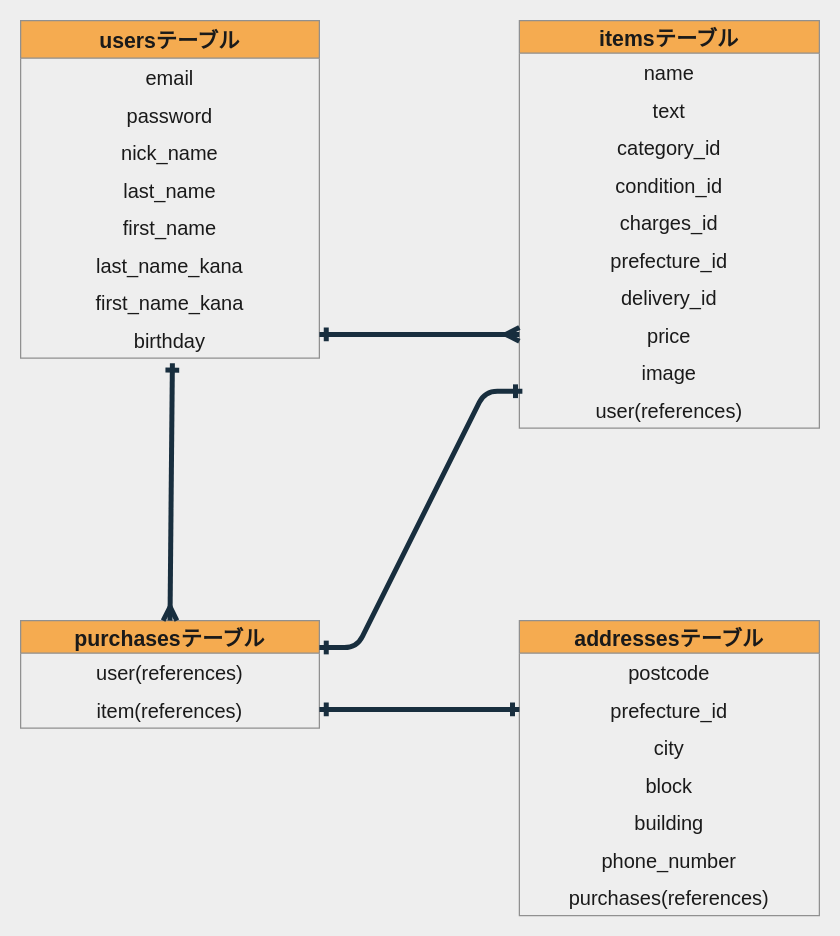
makurauo/furima-34831 keeps this draw.io diagram as furima.dio. Above is the earlier version. Source tidied: cells renumbered, new cells numbered last; positions are measured from the earlier drawing's top-left corner, leaving out a move shared by most shapes. Both pictures are drawn from the tidied source at 125%, with x=0, y=0 at pixel (20, 20).
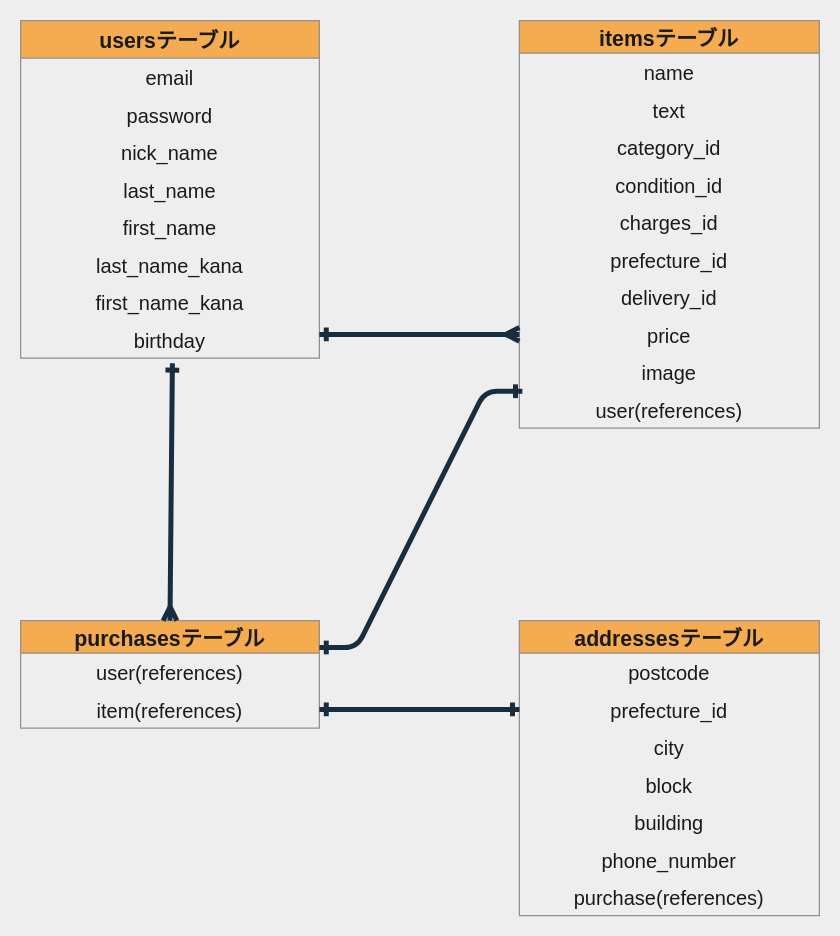
After the change.

The change refers to these unchanged cells:
```xml
<mxCell id="25" value="addressesテーブル" style="swimlane;fontStyle=1;horizontal=1;startSize=26;align=center;fontSize=17;fillColor=#F5AB50;strokeColor=#909090;fontColor=#1A1A1A;" parent="1" vertex="1">
  <mxGeometry x="399" y="480" width="240" height="236" as="geometry" />
</mxCell>
```

Change to the diagram source:
```diff
@@
-    <mxCell id="32" value="purchases(references)" style="text;strokeColor=none;fillColor=none;spacingLeft=4;spacingRight=4;overflow=hidden;fontSize=16;align=center;fontColor=#1A1A1A;" parent="25" vertex="1">
+    <mxCell id="32" value="purchase(references)" style="text;strokeColor=none;fillColor=none;spacingLeft=4;spacingRight=4;overflow=hidden;fontSize=16;align=center;fontColor=#1A1A1A;" parent="25" vertex="1">
       <mxGeometry y="206" width="240" height="30" as="geometry" />
     </mxCell>
```
